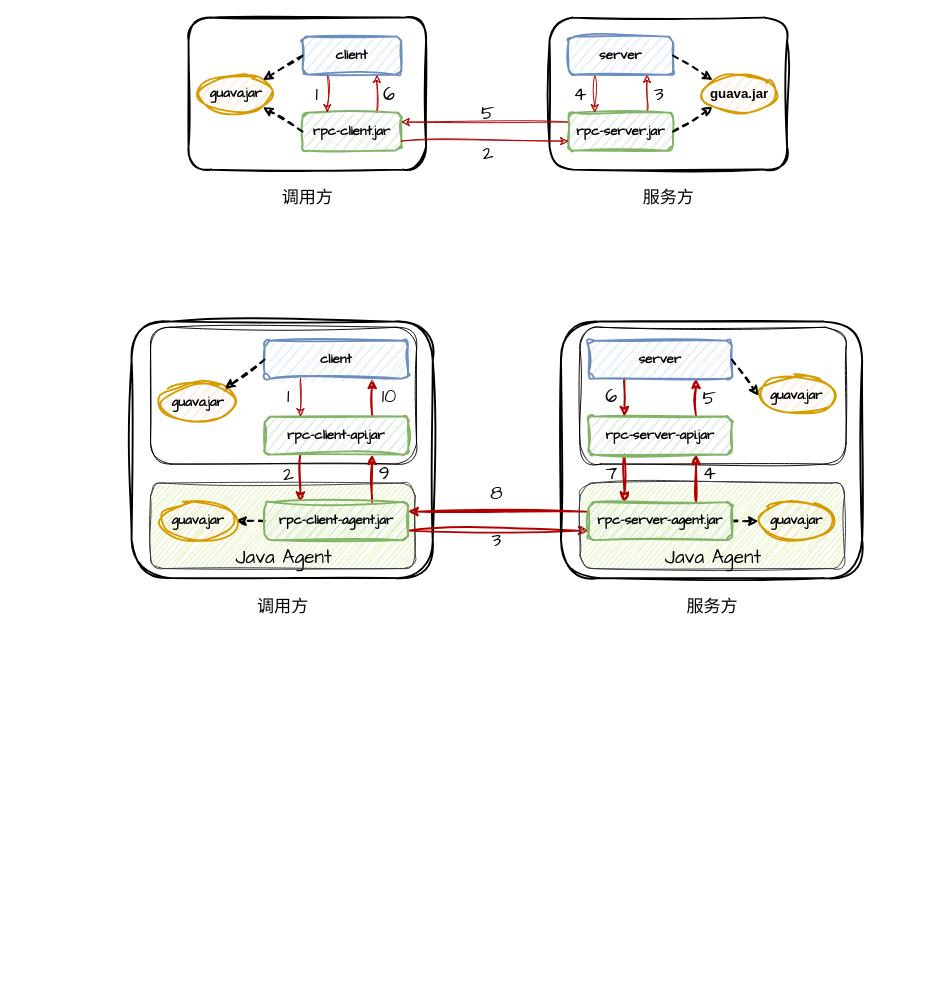
Earlier version of the draw.io diagram personal/duyunjie/服务治理.drawio (zhuanzhuan-tech/arch-draw-io). Source tidied: cells renumbered, new cells numbered last; positions are measured from the earlier drawing's top-left corner, leaving out a move shared by most shapes. Both pictures are drawn from the tidied source at 95%, with x=0, y=0 at pixel (131, 17).
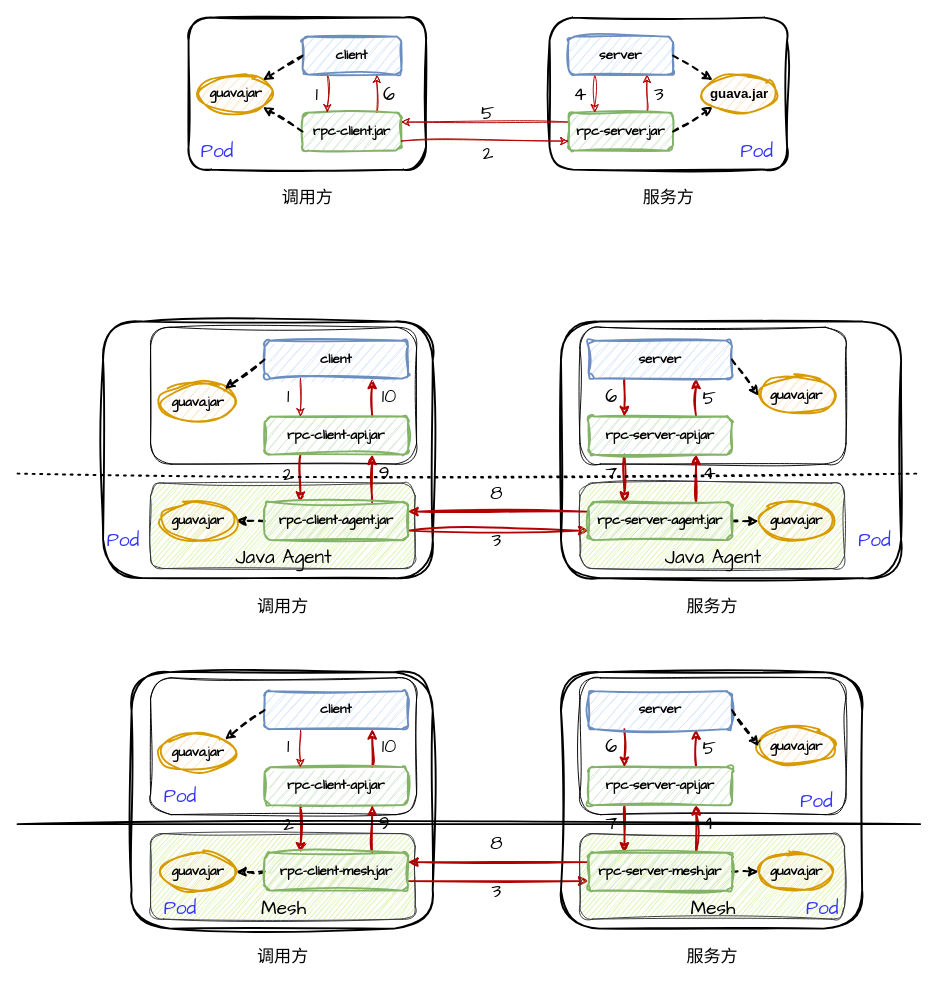
The same diagram, later.

Commit message (it also covers changes not shown here):
更新服务治理.drawio

Diff of the diagram source:
```diff
@@
     <mxCell id="2" style="rounded=1;whiteSpace=wrap;html=1;sketch=1;curveFitting=1;jiggle=2;strokeWidth=2;fillColor=none;" parent="1" vertex="1">
-      <mxGeometry y="320" width="317" height="270" as="geometry" />
+      <mxGeometry x="-30" y="320" width="347" height="270" as="geometry" />
     </mxCell>
@@
     <mxCell id="47" style="rounded=1;whiteSpace=wrap;html=1;sketch=1;curveFitting=1;jiggle=2;strokeWidth=2;fillColor=none;direction=east;" parent="1" vertex="1">
-      <mxGeometry x="452" y="320" width="317" height="270" as="geometry" />
+      <mxGeometry x="452" y="320" width="358" height="270" as="geometry" />
     </mxCell>
@@
+    <mxCell id="72" style="endArrow=none;dashed=1;html=1;dashPattern=1 3;strokeWidth=2;rounded=0;sketch=1;hachureGap=4;jiggle=2;curveFitting=1;fontFamily=Architects Daughter;fontSize=16;" parent="1" edge="1">
+      <mxGeometry relative="1" as="geometry">
+        <mxPoint x="-120" y="480" as="sourcePoint" />
+        <mxPoint x="830" y="480" as="targetPoint" />
+      </mxGeometry>
+    </mxCell>
@@
+    <mxCell id="73" style="rounded=1;whiteSpace=wrap;html=1;sketch=1;curveFitting=1;jiggle=2;strokeWidth=2;fillColor=none;" parent="1" vertex="1">
+      <mxGeometry y="689" width="317" height="270" as="geometry" />
+    </mxCell>
+    <mxCell id="74" style="rounded=1;whiteSpace=wrap;html=1;sketch=1;hachureGap=4;jiggle=2;curveFitting=1;fontFamily=Architects Daughter;fontSize=20;fillColor=#cdeb8b;strokeColor=#36393d;" parent="1" vertex="1">
+      <mxGeometry x="20" y="859" width="278.5" height="90" as="geometry" />
+    </mxCell>
+    <mxCell id="75" style="rounded=1;whiteSpace=wrap;html=1;sketch=1;hachureGap=4;jiggle=2;curveFitting=1;fontFamily=Architects Daughter;fontSize=20;fillColor=none;" parent="1" vertex="1">
+      <mxGeometry x="20" y="695" width="280" height="144" as="geometry" />
+    </mxCell>
+    <mxCell id="76" style="edgeStyle=orthogonalEdgeStyle;rounded=0;jettySize=auto;html=1;exitX=0.75;exitY=0;exitDx=0;exitDy=0;entryX=0.75;entryY=1;entryDx=0;entryDy=0;fillColor=#e51400;strokeColor=#B20000;sketch=1;curveFitting=1;jiggle=2;strokeWidth=2;" parent="1" edge="1" source="78" target="81">
+      <mxGeometry relative="1" as="geometry" />
+    </mxCell>
+    <mxCell id="77" style="edgeStyle=orthogonalEdgeStyle;rounded=0;sketch=1;hachureGap=4;jiggle=2;curveFitting=1;jettySize=auto;html=1;exitX=0.25;exitY=1;exitDx=0;exitDy=0;entryX=0.25;entryY=0;entryDx=0;entryDy=0;fontFamily=Architects Daughter;fontSize=16;fillColor=#e51400;strokeColor=#B20000;strokeWidth=2;" parent="1" edge="1" source="78" target="87">
+      <mxGeometry relative="1" as="geometry" />
+    </mxCell>
+    <mxCell id="78" value="&lt;font style=&quot;font-size: 14px;&quot;&gt;&lt;b&gt;rpc-client-api.jar&lt;/b&gt;&lt;/font&gt;" style="rounded=1;whiteSpace=wrap;html=1;fillColor=#d5e8d4;strokeColor=#82b366;sketch=1;curveFitting=1;jiggle=2;strokeWidth=2;fontFamily=Comic Sans MS;" parent="1" vertex="1">
+      <mxGeometry x="140" y="789" width="151" height="40" as="geometry" />
+    </mxCell>
+    <mxCell id="79" value="&lt;font style=&quot;font-size: 14px;&quot;&gt;&lt;b&gt;guava.jar&lt;/b&gt;&lt;/font&gt;" style="ellipse;whiteSpace=wrap;html=1;fillColor=#ffe6cc;strokeColor=#d79b00;sketch=1;curveFitting=1;jiggle=2;strokeWidth=2;fontFamily=Comic Sans MS;" parent="1" vertex="1">
+      <mxGeometry x="30" y="754" width="80" height="40" as="geometry" />
+    </mxCell>
+    <mxCell id="80" style="edgeStyle=orthogonalEdgeStyle;rounded=0;jettySize=auto;html=1;exitX=0.25;exitY=1;exitDx=0;exitDy=0;entryX=0.25;entryY=0;entryDx=0;entryDy=0;fillColor=#e51400;strokeColor=#B20000;sketch=1;curveFitting=1;jiggle=2;" parent="1" edge="1" source="81" target="78">
+      <mxGeometry relative="1" as="geometry" />
+    </mxCell>
+    <mxCell id="81" value="&lt;font face=&quot;Comic Sans MS&quot; style=&quot;font-size: 14px;&quot;&gt;&lt;b&gt;client&lt;/b&gt;&lt;/font&gt;" style="rounded=1;whiteSpace=wrap;html=1;fillColor=#dae8fc;strokeColor=#6c8ebf;sketch=1;curveFitting=1;jiggle=2;strokeWidth=2;" parent="1" vertex="1">
+      <mxGeometry x="140" y="709" width="151" height="40" as="geometry" />
+    </mxCell>
+    <mxCell id="82" value="&lt;font face=&quot;Comic Sans MS&quot; style=&quot;font-size: 18px;&quot;&gt;调用方&lt;/font&gt;" style="text;html=1;align=center;verticalAlign=middle;strokeColor=none;fillColor=none;sketch=1;curveFitting=1;jiggle=2;" parent="1" vertex="1">
+      <mxGeometry x="118.5" y="969" width="80" height="40" as="geometry" />
+    </mxCell>
+    <mxCell id="83" style="endArrow=classic;html=1;rounded=0;exitX=0;exitY=0.5;exitDx=0;exitDy=0;entryX=1;entryY=0;entryDx=0;entryDy=0;dashed=1;sketch=1;curveFitting=1;jiggle=2;strokeWidth=2;" parent="1" edge="1" source="81" target="79">
+      <mxGeometry relative="1" as="geometry" />
+    </mxCell>
+    <mxCell id="84" style="edgeStyle=orthogonalEdgeStyle;rounded=0;sketch=1;hachureGap=4;jiggle=2;curveFitting=1;jettySize=auto;html=1;exitX=0;exitY=0.5;exitDx=0;exitDy=0;entryX=1;entryY=0.5;entryDx=0;entryDy=0;fontFamily=Architects Daughter;fontSize=16;dashed=1;strokeWidth=2;" parent="1" edge="1" source="87" target="88">
+      <mxGeometry relative="1" as="geometry" />
+    </mxCell>
+    <mxCell id="85" style="edgeStyle=orthogonalEdgeStyle;rounded=0;sketch=1;hachureGap=4;jiggle=2;curveFitting=1;jettySize=auto;html=1;exitX=1;exitY=0.75;exitDx=0;exitDy=0;fontFamily=Architects Daughter;fontSize=16;fillColor=#e51400;strokeColor=#B20000;strokeWidth=2;entryX=0;entryY=0.75;entryDx=0;entryDy=0;" parent="1" edge="1" source="87" target="105">
+      <mxGeometry relative="1" as="geometry" />
+    </mxCell>
+    <mxCell id="86" style="edgeStyle=orthogonalEdgeStyle;rounded=0;sketch=1;hachureGap=4;jiggle=2;curveFitting=1;jettySize=auto;html=1;exitX=0.75;exitY=0;exitDx=0;exitDy=0;entryX=0.75;entryY=1;entryDx=0;entryDy=0;fontFamily=Architects Daughter;fontSize=16;fillColor=#e51400;strokeColor=#B20000;strokeWidth=2;" parent="1" edge="1" source="87" target="78">
+      <mxGeometry relative="1" as="geometry" />
+    </mxCell>
+    <mxCell id="87" value="&lt;font style=&quot;font-size: 14px;&quot;&gt;&lt;b&gt;rpc-client-mesh.jar&lt;/b&gt;&lt;/font&gt;" style="rounded=1;whiteSpace=wrap;html=1;fillColor=#d5e8d4;strokeColor=#82b366;sketch=1;curveFitting=1;jiggle=2;strokeWidth=2;fontFamily=Comic Sans MS;" parent="1" vertex="1">
+      <mxGeometry x="140" y="879" width="151" height="40" as="geometry" />
+    </mxCell>
+    <mxCell id="88" value="&lt;font style=&quot;font-size: 14px;&quot;&gt;&lt;b&gt;guava.jar&lt;/b&gt;&lt;/font&gt;" style="ellipse;whiteSpace=wrap;html=1;fillColor=#ffe6cc;strokeColor=#d79b00;sketch=1;curveFitting=1;jiggle=2;strokeWidth=2;fontFamily=Comic Sans MS;" parent="1" vertex="1">
+      <mxGeometry x="30" y="879" width="80" height="40" as="geometry" />
+    </mxCell>
+    <mxCell id="89" value="2" style="text;html=1;align=center;verticalAlign=middle;strokeColor=none;fillColor=none;fontSize=20;fontFamily=Architects Daughter;strokeWidth=2;" parent="1" vertex="1">
+      <mxGeometry x="150" y="829" width="30" height="40" as="geometry" />
+    </mxCell>
+    <mxCell id="90" value="Mesh" style="text;html=1;align=center;verticalAlign=middle;strokeColor=none;fillColor=none;fontSize=20;fontFamily=Architects Daughter;" parent="1" vertex="1">
+      <mxGeometry x="125" y="917" width="70" height="40" as="geometry" />
+    </mxCell>
+    <mxCell id="91" value="1" style="text;html=1;align=center;verticalAlign=middle;strokeColor=none;fillColor=none;fontSize=20;fontFamily=Architects Daughter;strokeWidth=2;" parent="1" vertex="1">
+      <mxGeometry x="150" y="747" width="30" height="40" as="geometry" />
+    </mxCell>
+    <mxCell id="92" style="rounded=1;whiteSpace=wrap;html=1;sketch=1;curveFitting=1;jiggle=2;strokeWidth=2;fillColor=none;direction=east;" parent="1" vertex="1">
+      <mxGeometry x="452" y="689" width="317" height="270" as="geometry" />
+    </mxCell>
+    <mxCell id="93" style="rounded=1;whiteSpace=wrap;html=1;sketch=1;hachureGap=4;jiggle=2;curveFitting=1;fontFamily=Architects Daughter;fontSize=20;fillColor=#cdeb8b;strokeColor=#36393d;direction=east;" parent="1" vertex="1">
+      <mxGeometry x="472" y="859" width="278.5" height="90" as="geometry" />
+    </mxCell>
+    <mxCell id="94" style="rounded=1;whiteSpace=wrap;html=1;sketch=1;hachureGap=4;jiggle=2;curveFitting=1;fontFamily=Architects Daughter;fontSize=20;fillColor=none;direction=east;" parent="1" vertex="1">
+      <mxGeometry x="472" y="695" width="280" height="144" as="geometry" />
+    </mxCell>
+    <mxCell id="95" style="edgeStyle=orthogonalEdgeStyle;rounded=0;jettySize=auto;html=1;exitX=0.75;exitY=0;exitDx=0;exitDy=0;entryX=0.75;entryY=1;entryDx=0;entryDy=0;fillColor=#e51400;strokeColor=#B20000;sketch=1;curveFitting=1;jiggle=2;strokeWidth=2;" parent="1" edge="1" source="97" target="100">
+      <mxGeometry relative="1" as="geometry" />
+    </mxCell>
+    <mxCell id="96" style="edgeStyle=orthogonalEdgeStyle;rounded=0;sketch=1;hachureGap=4;jiggle=2;curveFitting=1;jettySize=auto;html=1;exitX=0.25;exitY=1;exitDx=0;exitDy=0;entryX=0.25;entryY=0;entryDx=0;entryDy=0;fontFamily=Architects Daughter;fontSize=16;fillColor=#e51400;strokeColor=#B20000;strokeWidth=2;" parent="1" edge="1" source="97" target="105">
+      <mxGeometry relative="1" as="geometry" />
+    </mxCell>
+    <mxCell id="97" value="&lt;font style=&quot;font-size: 14px;&quot;&gt;&lt;b&gt;rpc-server-api.jar&lt;/b&gt;&lt;/font&gt;" style="rounded=1;whiteSpace=wrap;html=1;fillColor=#d5e8d4;strokeColor=#82b366;sketch=1;curveFitting=1;jiggle=2;strokeWidth=2;fontFamily=Comic Sans MS;direction=east;" parent="1" vertex="1">
+      <mxGeometry x="481" y="789" width="151" height="40" as="geometry" />
+    </mxCell>
+    <mxCell id="98" value="&lt;font style=&quot;font-size: 14px;&quot;&gt;&lt;b&gt;guava.jar&lt;/b&gt;&lt;/font&gt;" style="ellipse;whiteSpace=wrap;html=1;fillColor=#ffe6cc;strokeColor=#d79b00;sketch=1;curveFitting=1;jiggle=2;strokeWidth=2;fontFamily=Comic Sans MS;direction=east;" parent="1" vertex="1">
+      <mxGeometry x="660" y="747" width="80" height="40" as="geometry" />
+    </mxCell>
+    <mxCell id="99" style="edgeStyle=orthogonalEdgeStyle;rounded=0;jettySize=auto;html=1;exitX=0.25;exitY=1;exitDx=0;exitDy=0;entryX=0.25;entryY=0;entryDx=0;entryDy=0;fillColor=#e51400;strokeColor=#B20000;sketch=1;curveFitting=1;jiggle=2;strokeWidth=2;" parent="1" edge="1" source="100" target="97">
+      <mxGeometry relative="1" as="geometry" />
+    </mxCell>
+    <mxCell id="100" value="&lt;font face=&quot;Comic Sans MS&quot; style=&quot;font-size: 14px;&quot;&gt;&lt;b&gt;server&lt;/b&gt;&lt;/font&gt;" style="rounded=1;whiteSpace=wrap;html=1;fillColor=#dae8fc;strokeColor=#6c8ebf;sketch=1;curveFitting=1;jiggle=2;strokeWidth=2;direction=east;" parent="1" vertex="1">
+      <mxGeometry x="481" y="709" width="151" height="40" as="geometry" />
+    </mxCell>
+    <mxCell id="101" value="&lt;font face=&quot;Comic Sans MS&quot;&gt;&lt;span style=&quot;font-size: 18px;&quot;&gt;服务方&lt;/span&gt;&lt;/font&gt;" style="text;html=1;align=center;verticalAlign=middle;strokeColor=none;fillColor=none;sketch=1;curveFitting=1;jiggle=2;" parent="1" vertex="1">
+      <mxGeometry x="570.5" y="969" width="80" height="40" as="geometry" />
+    </mxCell>
+    <mxCell id="102" style="edgeStyle=orthogonalEdgeStyle;rounded=0;sketch=1;hachureGap=4;jiggle=2;curveFitting=1;jettySize=auto;html=1;exitX=1;exitY=0.5;exitDx=0;exitDy=0;entryX=0;entryY=0.5;entryDx=0;entryDy=0;fontFamily=Architects Daughter;fontSize=16;dashed=1;strokeWidth=2;" parent="1" edge="1" source="105" target="106">
+      <mxGeometry relative="1" as="geometry" />
+    </mxCell>
+    <mxCell id="103" style="edgeStyle=orthogonalEdgeStyle;rounded=0;sketch=1;hachureGap=4;jiggle=2;curveFitting=1;jettySize=auto;html=1;exitX=0.75;exitY=0;exitDx=0;exitDy=0;entryX=0.75;entryY=1;entryDx=0;entryDy=0;fontFamily=Architects Daughter;fontSize=16;fillColor=#e51400;strokeColor=#B20000;strokeWidth=2;" parent="1" edge="1" source="105" target="97">
+      <mxGeometry relative="1" as="geometry" />
+    </mxCell>
+    <mxCell id="104" style="edgeStyle=orthogonalEdgeStyle;rounded=0;sketch=1;hachureGap=4;jiggle=2;curveFitting=1;jettySize=auto;html=1;exitX=0;exitY=0.25;exitDx=0;exitDy=0;entryX=1;entryY=0.25;entryDx=0;entryDy=0;fontFamily=Architects Daughter;fontSize=16;strokeWidth=2;fillColor=#e51400;strokeColor=#B20000;" parent="1" edge="1" source="105" target="87">
+      <mxGeometry relative="1" as="geometry" />
+    </mxCell>
+    <mxCell id="105" value="&lt;font style=&quot;font-size: 14px;&quot;&gt;&lt;b&gt;rpc-server-mesh.jar&lt;/b&gt;&lt;/font&gt;" style="rounded=1;whiteSpace=wrap;html=1;fillColor=#d5e8d4;strokeColor=#82b366;sketch=1;curveFitting=1;jiggle=2;strokeWidth=2;fontFamily=Comic Sans MS;direction=east;" parent="1" vertex="1">
+      <mxGeometry x="481" y="879" width="151" height="40" as="geometry" />
+    </mxCell>
+    <mxCell id="106" value="&lt;font style=&quot;font-size: 14px;&quot;&gt;&lt;b&gt;guava.jar&lt;/b&gt;&lt;/font&gt;" style="ellipse;whiteSpace=wrap;html=1;fillColor=#ffe6cc;strokeColor=#d79b00;sketch=1;curveFitting=1;jiggle=2;strokeWidth=2;fontFamily=Comic Sans MS;direction=east;" parent="1" vertex="1">
+      <mxGeometry x="660" y="879" width="80" height="40" as="geometry" />
+    </mxCell>
+    <mxCell id="107" value="Mesh" style="text;html=1;align=center;verticalAlign=middle;strokeColor=none;fillColor=none;fontSize=20;fontFamily=Architects Daughter;" parent="1" vertex="1">
+      <mxGeometry x="577" y="917" width="70" height="40" as="geometry" />
+    </mxCell>
+    <mxCell id="108" value="10" style="text;html=1;align=center;verticalAlign=middle;strokeColor=none;fillColor=none;fontSize=20;fontFamily=Architects Daughter;" parent="1" vertex="1">
+      <mxGeometry x="251" y="747" width="40" height="40" as="geometry" />
+    </mxCell>
+    <mxCell id="109" value="9" style="text;html=1;align=center;verticalAlign=middle;strokeColor=none;fillColor=none;fontSize=20;fontFamily=Architects Daughter;" parent="1" vertex="1">
+      <mxGeometry x="251" y="828" width="30" height="40" as="geometry" />
+    </mxCell>
+    <mxCell id="110" value="8" style="text;html=1;align=center;verticalAlign=middle;strokeColor=none;fillColor=none;fontSize=20;fontFamily=Architects Daughter;" parent="1" vertex="1">
+      <mxGeometry x="363.5" y="849" width="40" height="40" as="geometry" />
+    </mxCell>
+    <mxCell id="111" value="7" style="text;html=1;align=center;verticalAlign=middle;strokeColor=none;fillColor=none;fontSize=20;fontFamily=Architects Daughter;" parent="1" vertex="1">
+      <mxGeometry x="485" y="828" width="40" height="40" as="geometry" />
+    </mxCell>
+    <mxCell id="112" value="6" style="text;html=1;align=center;verticalAlign=middle;strokeColor=none;fillColor=none;fontSize=20;fontFamily=Architects Daughter;" parent="1" vertex="1">
+      <mxGeometry x="485" y="747" width="40" height="40" as="geometry" />
+    </mxCell>
+    <mxCell id="113" value="5" style="text;html=1;align=center;verticalAlign=middle;strokeColor=none;fillColor=none;fontSize=20;fontFamily=Architects Daughter;" parent="1" vertex="1">
+      <mxGeometry x="588" y="749" width="40" height="40" as="geometry" />
+    </mxCell>
+    <mxCell id="114" value="4" style="text;html=1;align=center;verticalAlign=middle;strokeColor=none;fillColor=none;fontSize=20;fontFamily=Architects Daughter;" parent="1" vertex="1">
+      <mxGeometry x="588" y="828" width="40" height="40" as="geometry" />
+    </mxCell>
+    <mxCell id="115" value="3" style="text;html=1;align=center;verticalAlign=middle;strokeColor=none;fillColor=none;fontSize=20;fontFamily=Architects Daughter;" parent="1" vertex="1">
+      <mxGeometry x="368.5" y="899" width="30" height="40" as="geometry" />
+    </mxCell>
+    <mxCell id="116" style="endArrow=classic;html=1;rounded=0;exitX=1;exitY=0.5;exitDx=0;exitDy=0;entryX=0;entryY=0.5;entryDx=0;entryDy=0;dashed=1;sketch=1;curveFitting=1;jiggle=2;strokeWidth=2;" parent="1" edge="1" source="100" target="98">
+      <mxGeometry relative="1" as="geometry" />
+    </mxCell>
+    <mxCell id="117" style="endArrow=none;html=1;strokeWidth=2;rounded=0;sketch=1;hachureGap=4;jiggle=2;curveFitting=1;fontFamily=Architects Daughter;fontSize=16;" parent="1" edge="1">
+      <mxGeometry relative="1" as="geometry">
+        <mxPoint x="-120" y="849" as="sourcePoint" />
+        <mxPoint x="830" y="849" as="targetPoint" />
+      </mxGeometry>
+    </mxCell>
+    <mxCell id="118" value="&lt;font color=&quot;#3333ff&quot;&gt;Pod&lt;/font&gt;" style="text;html=1;align=center;verticalAlign=middle;strokeColor=none;fillColor=none;fontSize=20;fontFamily=Architects Daughter;" parent="1" vertex="1">
+      <mxGeometry x="-39" y="530" width="60" height="40" as="geometry" />
+    </mxCell>
+    <mxCell id="119" value="&lt;font color=&quot;#3333ff&quot;&gt;Pod&lt;/font&gt;" style="text;html=1;align=center;verticalAlign=middle;strokeColor=none;fillColor=none;fontSize=20;fontFamily=Architects Daughter;" parent="1" vertex="1">
+      <mxGeometry x="752" y="530" width="60" height="40" as="geometry" />
+    </mxCell>
+    <mxCell id="120" value="&lt;font color=&quot;#3333ff&quot;&gt;Pod&lt;/font&gt;" style="text;html=1;align=center;verticalAlign=middle;strokeColor=none;fillColor=none;fontSize=20;fontFamily=Architects Daughter;" parent="1" vertex="1">
+      <mxGeometry x="21" y="799" width="60" height="40" as="geometry" />
+    </mxCell>
+    <mxCell id="121" value="&lt;font color=&quot;#3333ff&quot;&gt;Pod&lt;/font&gt;" style="text;html=1;align=center;verticalAlign=middle;strokeColor=none;fillColor=none;fontSize=20;fontFamily=Architects Daughter;" parent="1" vertex="1">
+      <mxGeometry x="21" y="917" width="60" height="40" as="geometry" />
+    </mxCell>
+    <mxCell id="122" value="&lt;font color=&quot;#3333ff&quot;&gt;Pod&lt;/font&gt;" style="text;html=1;align=center;verticalAlign=middle;strokeColor=none;fillColor=none;fontSize=20;fontFamily=Architects Daughter;" parent="1" vertex="1">
+      <mxGeometry x="690.5" y="804" width="60" height="40" as="geometry" />
+    </mxCell>
+    <mxCell id="123" value="&lt;font color=&quot;#3333ff&quot;&gt;Pod&lt;/font&gt;" style="text;html=1;align=center;verticalAlign=middle;strokeColor=none;fillColor=none;fontSize=20;fontFamily=Architects Daughter;" parent="1" vertex="1">
+      <mxGeometry x="697" y="917" width="60" height="40" as="geometry" />
+    </mxCell>
+    <mxCell id="124" value="&lt;font color=&quot;#3333ff&quot;&gt;Pod&lt;/font&gt;" style="text;html=1;align=center;verticalAlign=middle;strokeColor=none;fillColor=none;fontSize=20;fontFamily=Architects Daughter;" parent="1" vertex="1">
+      <mxGeometry x="60" y="120" width="60" height="40" as="geometry" />
+    </mxCell>
+    <mxCell id="125" value="&lt;font color=&quot;#3333ff&quot;&gt;Pod&lt;/font&gt;" style="text;html=1;align=center;verticalAlign=middle;strokeColor=none;fillColor=none;fontSize=20;fontFamily=Architects Daughter;" parent="1" vertex="1">
+      <mxGeometry x="628" y="120" width="60" height="40" as="geometry" />
+    </mxCell>
```
